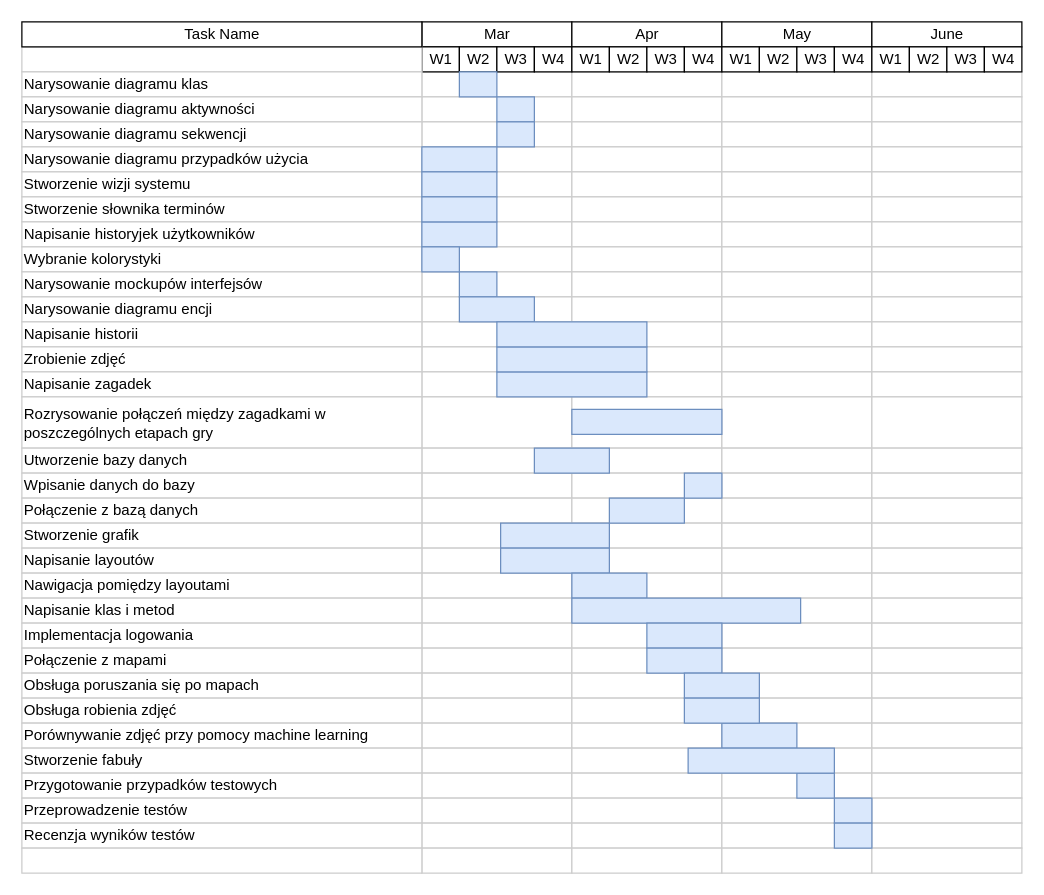
Earlier version of the draw.io diagram Wykres Gantta.drawio (dwarchol/ZPI-projekt). Source tidied: cells renumbered, new cells numbered last; positions are measured from the earlier drawing's top-left corner, leaving out a move shared by most shapes. Both pictures are drawn from the tidied source at 125%, with x=0, y=0 at pixel (21, 21).
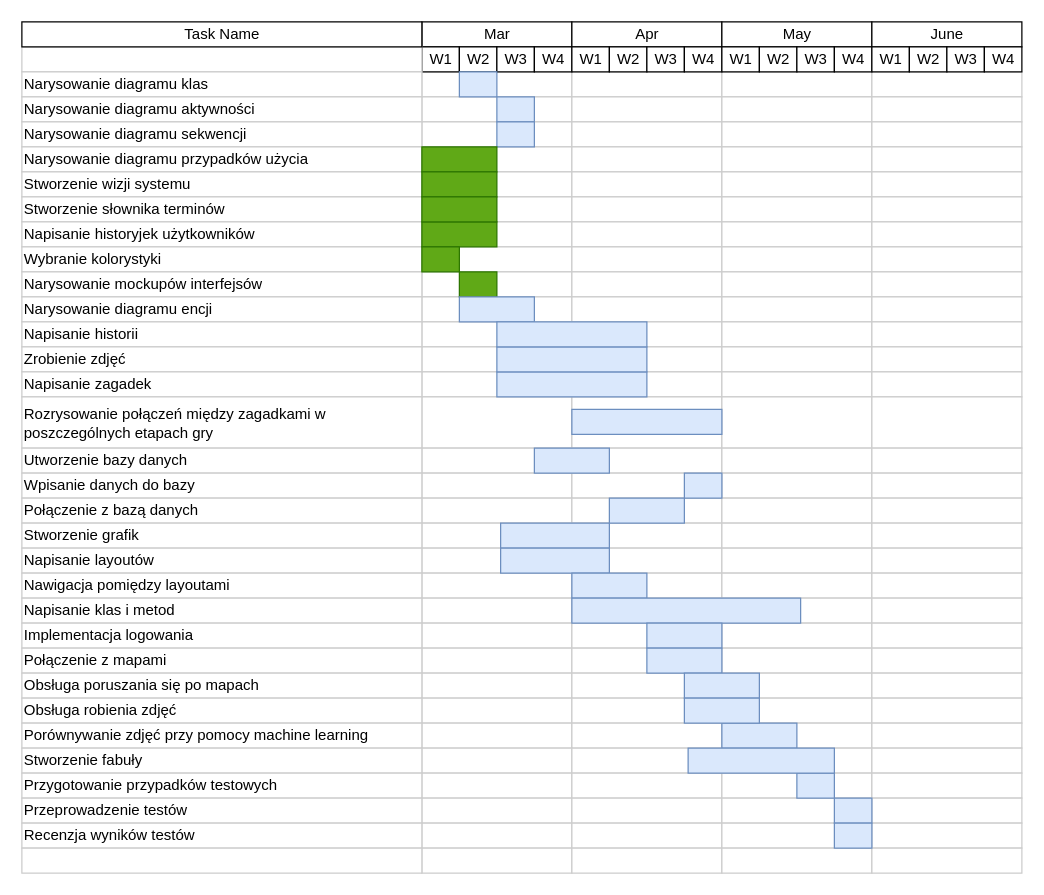
The same page after the edit.

Diff of the diagram source:
```diff
@@
-    <mxCell id="182" style="align=left;strokeColor=#6c8ebf;html=1;fillColor=#dae8fc;" parent="1" vertex="1">
+    <mxCell id="182" style="align=left;strokeColor=#2D7600;html=1;fillColor=#60a917;fontColor=#ffffff;" parent="1" vertex="1">
       <mxGeometry x="350" y="200" width="30" height="20" as="geometry" />
     </mxCell>
-    <mxCell id="183" style="align=left;strokeColor=#6c8ebf;html=1;fillColor=#dae8fc;" parent="1" vertex="1">
+    <mxCell id="183" style="align=left;strokeColor=#2D7600;html=1;fillColor=#60a917;fontColor=#ffffff;" parent="1" vertex="1">
       <mxGeometry x="320" y="100" width="60" height="20" as="geometry" />
     </mxCell>
-    <mxCell id="184" style="align=left;strokeColor=#6c8ebf;html=1;fillColor=#dae8fc;" parent="1" vertex="1">
+    <mxCell id="184" style="align=left;strokeColor=#2D7600;html=1;fillColor=#60a917;fontColor=#ffffff;" parent="1" vertex="1">
       <mxGeometry x="320" y="160" width="60" height="20" as="geometry" />
     </mxCell>
-    <mxCell id="185" style="align=left;strokeColor=#6c8ebf;html=1;fillColor=#dae8fc;" parent="1" vertex="1">
+    <mxCell id="185" style="align=left;strokeColor=#2D7600;html=1;fillColor=#60a917;fontColor=#ffffff;" parent="1" vertex="1">
       <mxGeometry x="320" y="180" width="30" height="20" as="geometry" />
     </mxCell>
-    <mxCell id="186" style="align=left;strokeColor=#6c8ebf;html=1;fillColor=#dae8fc;" parent="1" vertex="1">
+    <mxCell id="186" style="align=left;strokeColor=#2D7600;html=1;fillColor=#60a917;fontColor=#ffffff;" parent="1" vertex="1">
       <mxGeometry x="320" y="120" width="60" height="20" as="geometry" />
     </mxCell>
-    <mxCell id="187" style="align=left;strokeColor=#6c8ebf;html=1;fillColor=#dae8fc;" parent="1" vertex="1">
+    <mxCell id="187" style="align=left;strokeColor=#2D7600;html=1;fillColor=#60a917;fontColor=#ffffff;" parent="1" vertex="1">
       <mxGeometry x="320" y="140" width="60" height="20" as="geometry" />
     </mxCell>
```
